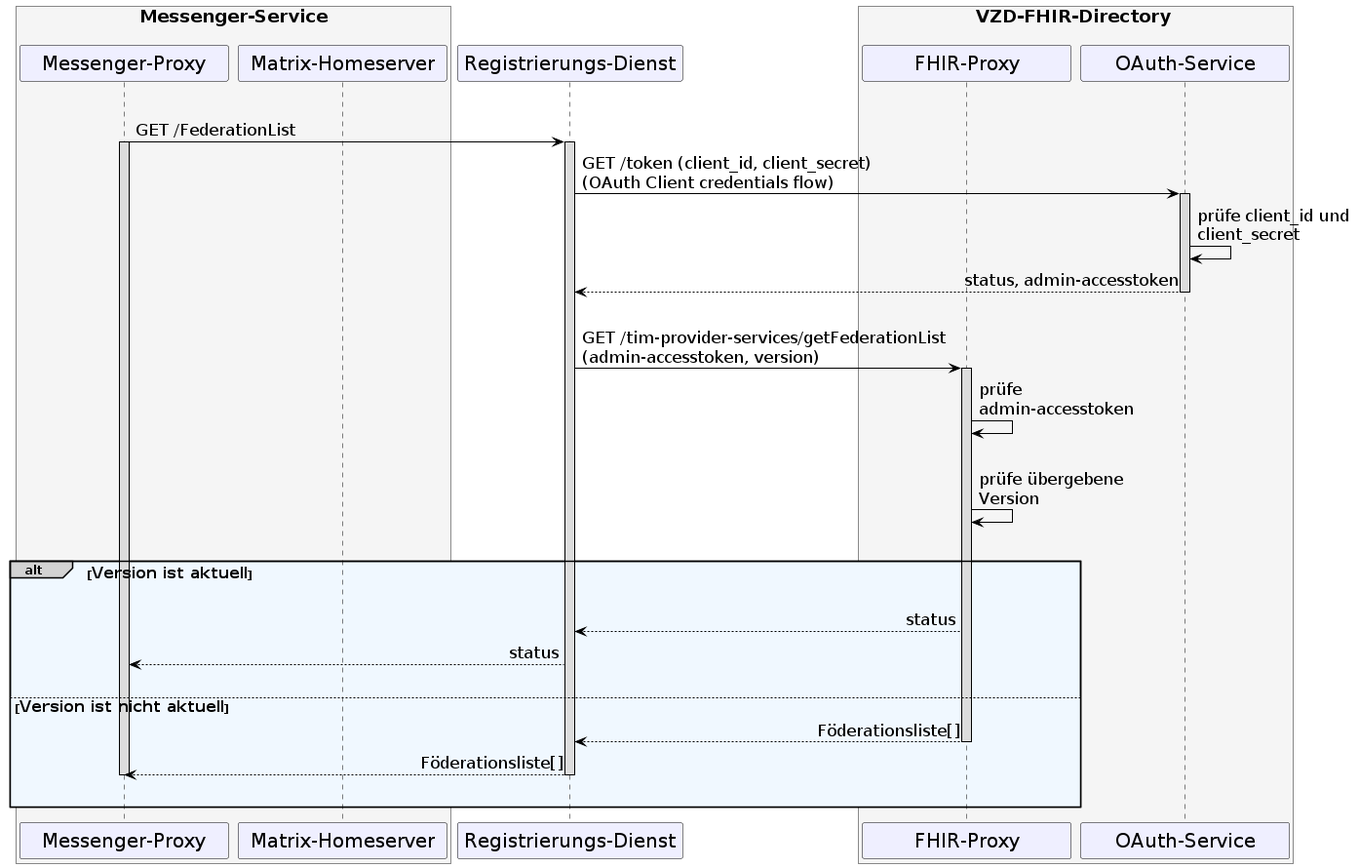
The PlantUML diagram images/diagrams/TI-Messenger-Dienst/Ressourcen/UC_Update_Federationlist_Seq.png in gematik/api-ti-messenger, before a commit. Source of this version:
```plantuml
@startuml
skinparam sequenceMessageAlign direction
skinparam minClassWidth 200
skinparam BoxPadding 1
skinparam sequenceReferenceHeaderBackgroundColor palegreen
scale max 2048 width

skinparam sequence {
ArrowColor black
ArrowFontSize 17
ActorBorderColor black
LifeLineBorderColor black
LifeLineBackgroundColor Gainsboro

ParticipantBorderColor Motivation
ParticipantBackgroundColor Motivation
ParticipantFontName Impact
ParticipantFontSize 20
ParticipantFontColor black
ParticipantBorderColor Black
ParticipantBackgroundColor MOTIVATION

ActorBackgroundColor Gainsboro
ActorFontColor black
ActorFontSize 20
ActorFontName Aapex
}
    box <size:18>Messenger-Service\n #WhiteSmoke
    participant MP as "Messenger-Proxy"
    participant MH as "Matrix-Homeserver"
    end box
    participant RD as "Registrierungs-Dienst"
    box <size:18>VZD-FHIR-Directory</size> #WhiteSmoke
      participant FP as "FHIR-Proxy"
      participant AS as "OAuth-Service"
    end box

  |||
  MP->RD: GET /FederationList
    Activate MP
    Activate RD

  RD->AS: GET /token (client_id, client_secret) \n(OAuth Client credentials flow)
    Activate AS
  AS->AS: prüfe client_id und \nclient_secret
  AS-->RD: status, admin-accesstoken
    Deactivate AS

  |||
  RD->FP: GET /tim-provider-services/getFederationList \n(admin-accesstoken, version)
    Activate FP
  FP->FP: prüfe \nadmin-accesstoken
  |||
  FP->FP: prüfe übergebene \nVersion

|||
alt#LightGrey #AliceBlue <size:16>Version ist aktuell</size>
|||

    FP-->RD: status
    RD-->MP: status
    |||

    else <size:16>Version ist nicht aktuell</size>
       FP-->RD: Föderationsliste[]
        Deactivate FP
      RD-->MP: Föderationsliste[]
        Deactivate RD
        deactivate MP
    |||
end
@enduml
```
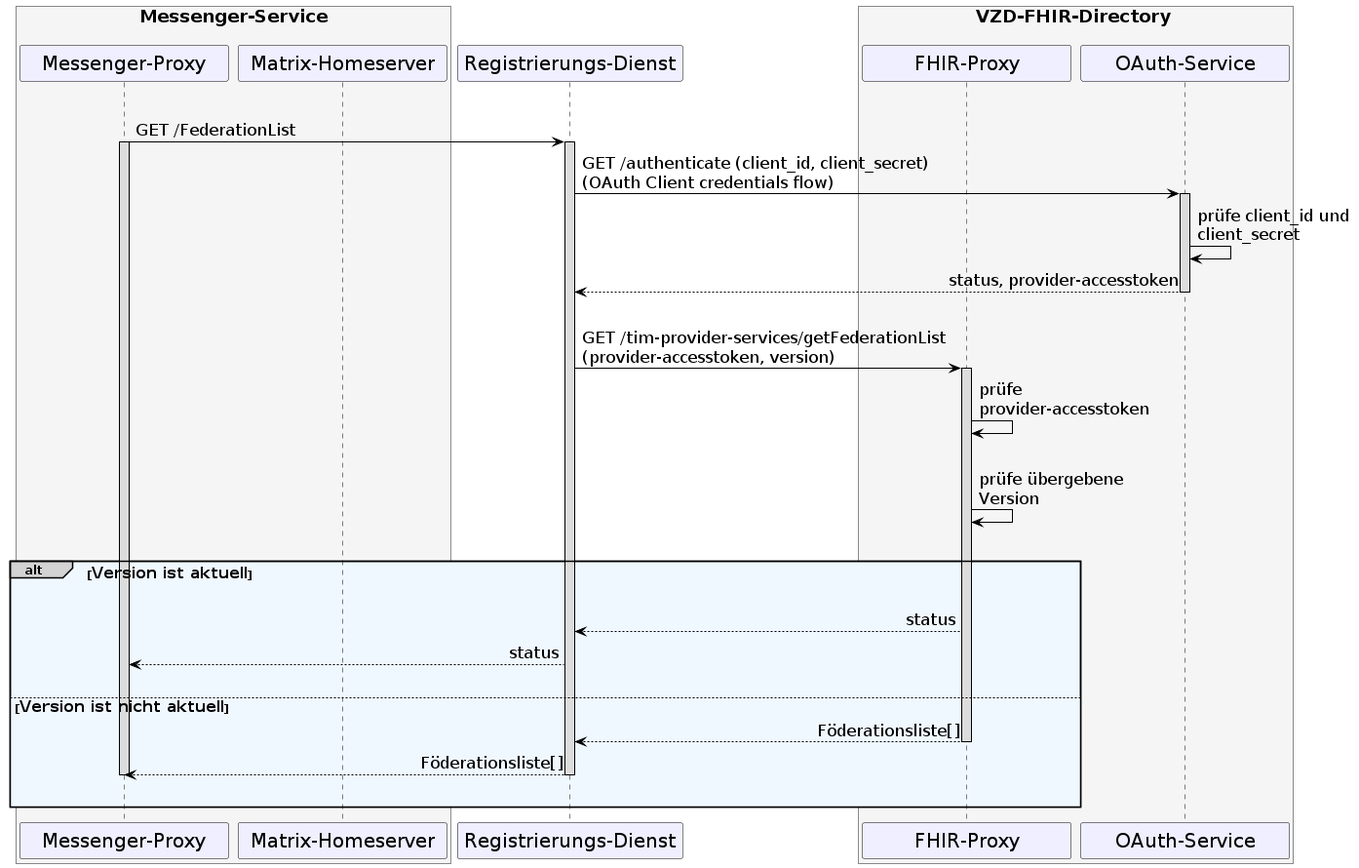
Later version of the same file.

The edit, as a diff of the source:
```diff
@@ -40,16 +40,16 @@
     Activate MP
     Activate RD
 
-  RD->AS: GET /token (client_id, client_secret) \n(OAuth Client credentials flow)
+  RD->AS: GET /authenticate (client_id, client_secret) \n(OAuth Client credentials flow)
     Activate AS
   AS->AS: prüfe client_id und \nclient_secret
-  AS-->RD: status, admin-accesstoken
+  AS-->RD: status, provider-accesstoken
     Deactivate AS
 
   |||
-  RD->FP: GET /tim-provider-services/getFederationList \n(admin-accesstoken, version)
+  RD->FP: GET /tim-provider-services/getFederationList \n(provider-accesstoken, version)
     Activate FP
-  FP->FP: prüfe \nadmin-accesstoken
+  FP->FP: prüfe \nprovider-accesstoken
   |||
   FP->FP: prüfe übergebene \nVersion
 
```
